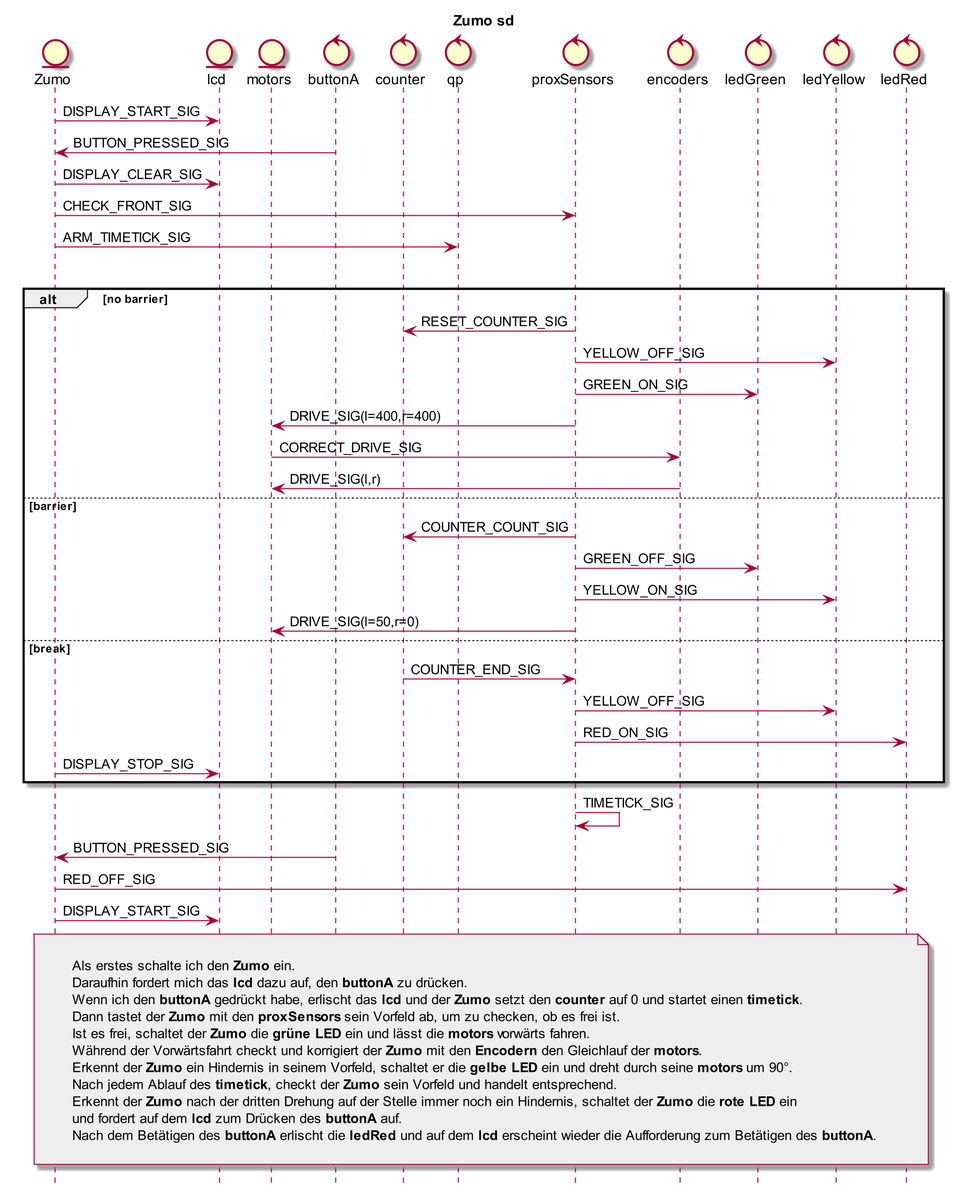
Earlier version of the PlantUML export Zumo/Zumo_SD.png (orje/Zumo_QM_QPnano).
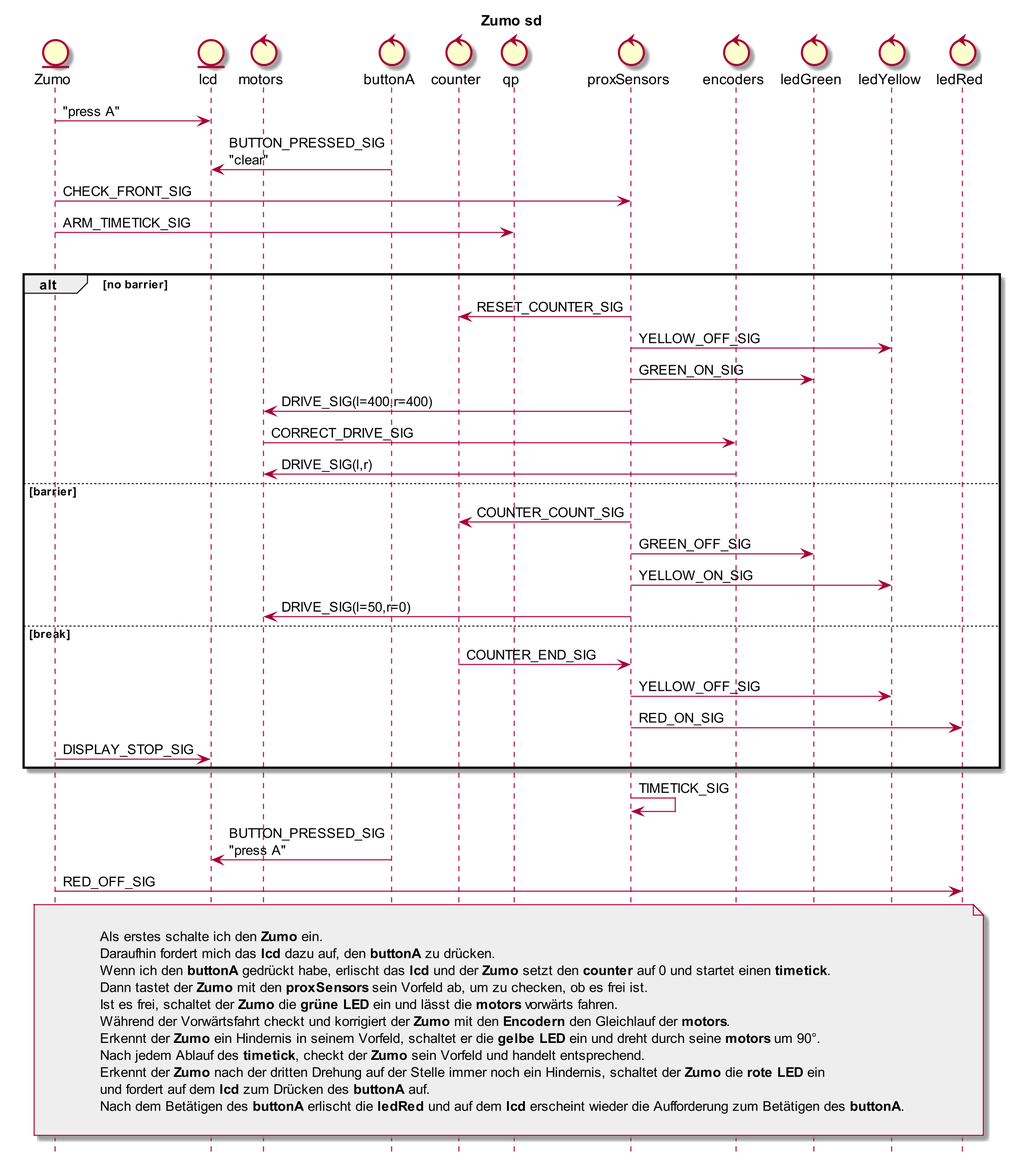
The same diagram one commit later.

Diff of the diagram source:
```diff
@@ -9,7 +9,7 @@
 
 entity Zumo
 entity lcd
-entity motors
+control motors
 control buttonA
 control counter
 control qp
@@ -20,11 +20,8 @@
 control ledRed
 
 
-
-Zumo -> lcd : DISPLAY_START_SIG
-
-buttonA -> Zumo : BUTTON_PRESSED_SIG
-Zumo -> lcd : DISPLAY_CLEAR_SIG
+Zumo -> lcd : "press A"
+buttonA -> lcd : BUTTON_PRESSED_SIG\n"clear"
 Zumo -> proxSensors : CHECK_FRONT_SIG
 Zumo -> qp : ARM_TIMETICK_SIG
 
@@ -56,9 +53,8 @@
 
 proxSensors -> proxSensors : TIMETICK_SIG
 
-buttonA -> Zumo : BUTTON_PRESSED_SIG
+buttonA -> lcd : BUTTON_PRESSED_SIG\n"press A"
 Zumo -> ledRed : RED_OFF_SIG
-Zumo -> lcd : DISPLAY_START_SIG
 
 
 
```
